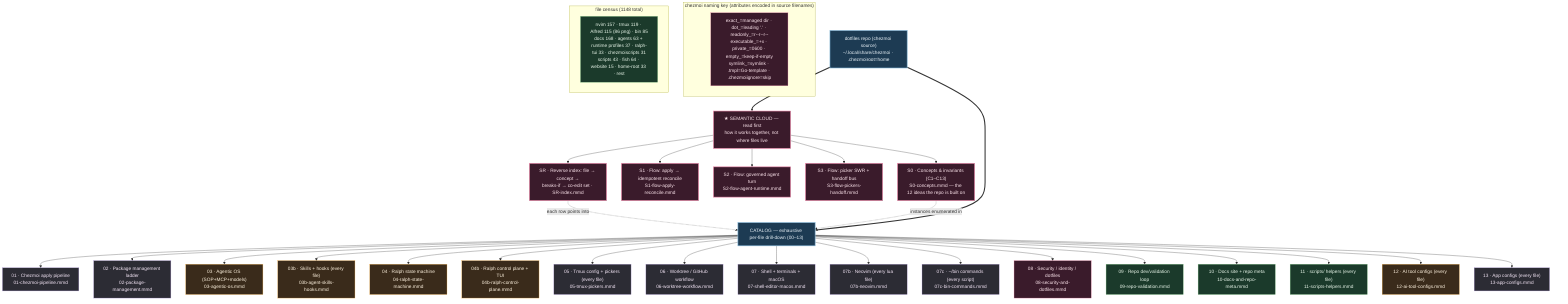
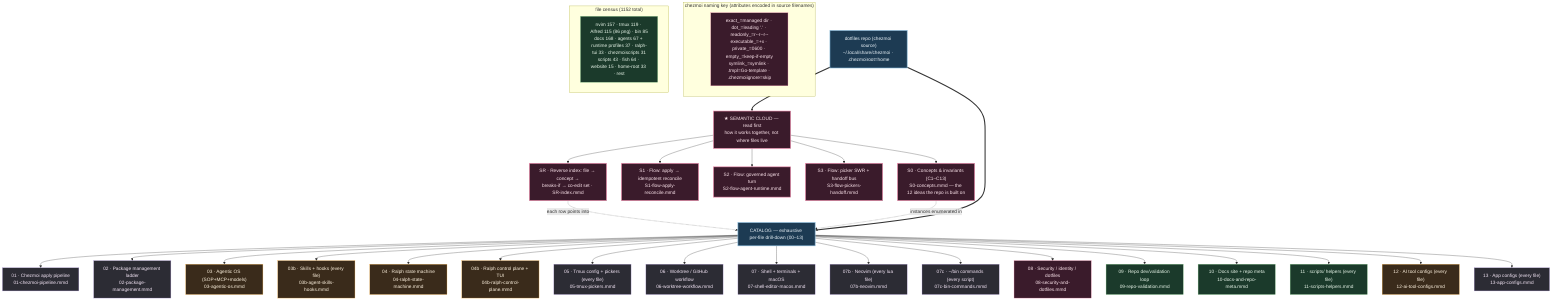
%% ============================================================================
%% 00-overview.mmd — Master navigation map for kapral18/dotfiles
%% TWO LAYERS:
%%   SEMANTIC CLOUD (read first) — how the system THINKS: concepts+invariants
%%     (S0), cross-cutting flows (S1/S2/S3), and a reverse index (SR) that maps
%%     any file to its concept, blast radius, and co-edit set.
%%   CATALOG (drill-down) — how the system is LAID OUT: 00-13 enumerate every
- %%     one of the 1148 tracked files by exact chezmoi source path.
+ %%     one of the 1152 tracked files by exact chezmoi source path.
%% `home/` is chezmoi source deployed to $HOME; scripts/tools/website/docs are
%% repo-side (NOT deployed). Each node → a deeper .mmd.
%% ============================================================================
graph TD
    classDef entry fill:#1d3b53,stroke:#7fb3d5,color:#eaf2f8,stroke-width:2px;
    classDef sys fill:#2c2c34,stroke:#b39ddb,color:#f3e5f5;
    classDef ai fill:#3a2b1b,stroke:#ffb74d,color:#fff3e0;
    classDef repo fill:#1b3a2b,stroke:#81c784,color:#e8f5e9;
    classDef data fill:#3a1b2b,stroke:#f48fb1,color:#fce4ec;
    classDef sem fill:#3a1b2b,stroke:#f48fb1,color:#fce4ec,stroke-width:2px;

    ROOT["dotfiles repo (chezmoi source)<br/>~/.local/share/chezmoi · .chezmoiroot=home"]:::entry

    %% ---- SEMANTIC LAYER (read before the catalog) --------------------------
    ROOT ==> SEMHEAD["★ SEMANTIC CLOUD — read first<br/>how it works together, not where files live"]:::sem
    SEMHEAD --> S0["S0 · Concepts & invariants (C1–C13)<br/>S0-concepts.mmd — the 12 ideas the repo is built on"]:::sem
    SEMHEAD --> S1["S1 · Flow: apply → idempotent reconcile<br/>S1-flow-apply-reconcile.mmd"]:::sem
    SEMHEAD --> S2["S2 · Flow: governed agent turn<br/>S2-flow-agent-runtime.mmd"]:::sem
    SEMHEAD --> S3["S3 · Flow: picker SWR + handoff bus<br/>S3-flow-pickers-handoff.mmd"]:::sem
    SEMHEAD --> SR["SR · Reverse index: file → concept →<br/>breaks-if → co-edit set · SR-index.mmd"]:::sem
    SR -. "each row points into" .-> CATHEAD
    S0 -. "instances enumerated in" .-> CATHEAD

    %% ---- CATALOG LAYER (exhaustive per-file drill-down) --------------------
    ROOT ==> CATHEAD["CATALOG — exhaustive per-file drill-down (00–13)"]:::entry

    CATHEAD --> CZ["01 · Chezmoi apply pipeline<br/>01-chezmoi-pipeline.mmd"]:::sys
    CATHEAD --> PKG["02 · Package management ladder<br/>02-package-management.mmd"]:::sys
    CATHEAD --> AIOS["03 · Agentic OS (SOP+MCP+models)<br/>03-agentic-os.mmd"]:::ai
    CATHEAD --> SKILLS["03b · Skills + hooks (every file)<br/>03b-agent-skills-hooks.mmd"]:::ai
    CATHEAD --> RALPH["04 · Ralph state machine<br/>04-ralph-state-machine.mmd"]:::ai
    CATHEAD --> RALPHCP["04b · Ralph control plane + TUI<br/>04b-ralph-control-plane.mmd"]:::ai
    CATHEAD --> TMUX["05 · Tmux config + pickers (every file)<br/>05-tmux-pickers.mmd"]:::sys
    CATHEAD --> WT["06 · Worktree / GitHub workflow<br/>06-worktree-workflow.mmd"]:::sys
    CATHEAD --> SEM["07 · Shell + terminals + macOS<br/>07-shell-editor-macos.mmd"]:::sys
    CATHEAD --> NVIM["07b · Neovim (every lua file)<br/>07b-neovim.mmd"]:::sys
    CATHEAD --> BIN["07c · ~/bin commands (every script)<br/>07c-bin-commands.mmd"]:::sys
    CATHEAD --> SEC["08 · Security / identity / dotfiles<br/>08-security-and-dotfiles.mmd"]:::data
    CATHEAD --> VAL["09 · Repo dev/validation loop<br/>09-repo-validation.mmd"]:::repo
    CATHEAD --> DOCS["10 · Docs site + repo meta<br/>10-docs-and-repo-meta.mmd"]:::repo
    CATHEAD --> SCRIPTS["11 · scripts/ helpers (every file)<br/>11-scripts-helpers.mmd"]:::repo
    CATHEAD --> AICFG["12 · AI tool configs (every file)<br/>12-ai-tool-configs.mmd"]:::ai
    CATHEAD --> APPS["13 · App configs (every file)<br/>13-app-configs.mmd"]:::sys

    subgraph KEY["chezmoi naming key (attributes encoded in source filenames)"]
        K1["exact_=managed dir · dot_=leading '.' · readonly_=r--r--r--<br/>executable_=+x · private_=0600 · empty_=keep-if-empty<br/>symlink_=symlink · .tmpl=Go-template · .chezmoiignore=skip"]:::data
    end

-     subgraph COUNTS["file census (1148 total)"]
-         C1["nvim 157 · tmux 119 · Alfred 115 (86 png) · bin 85<br/>docs 168 · agents 63 + runtime profiles 37 · ralph-tui 33 · chezmoiscripts 31<br/>scripts 43 · fish 64 · website 15 · home-root 33 · rest"]:::repo
+     subgraph COUNTS["file census (1152 total)"]
+         C1["nvim 157 · tmux 119 · Alfred 115 (86 png) · bin 85<br/>docs 168 · agents 67 + runtime profiles 37 · ralph-tui 33 · chezmoiscripts 31<br/>scripts 43 · fish 64 · website 15 · home-root 33 · rest"]:::repo
    end
